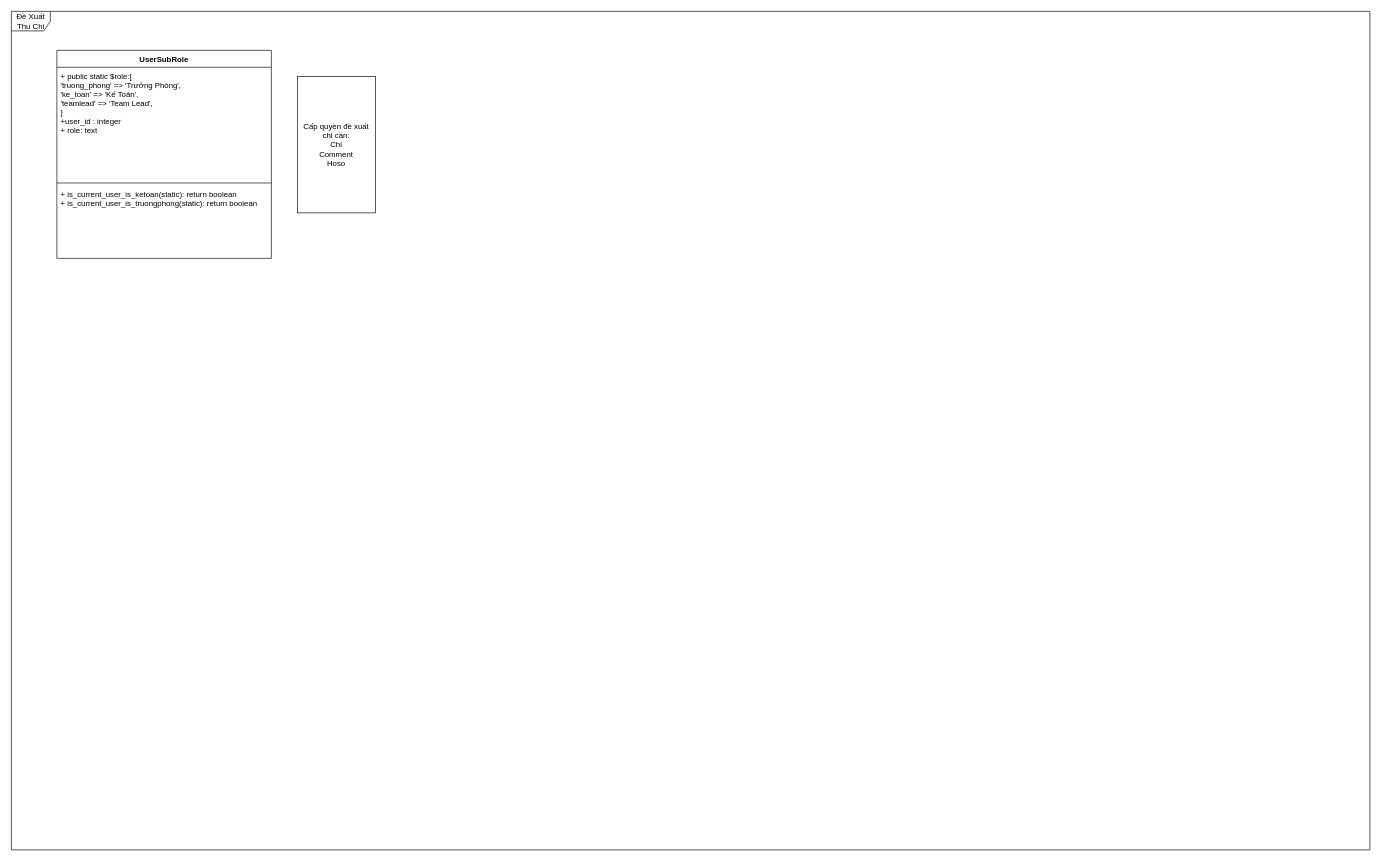
thangmyauris/classdiagram keeps this draw.io diagram as Đề Xuất Thu Chi.drawio. Above is the earlier version. Source tidied: cells renumbered, new cells numbered last; positions are measured from the earlier drawing's top-left corner, leaving out a move shared by most shapes. Both pictures are drawn from the tidied source at 65%, with x=0, y=0 at pixel (11, 11).
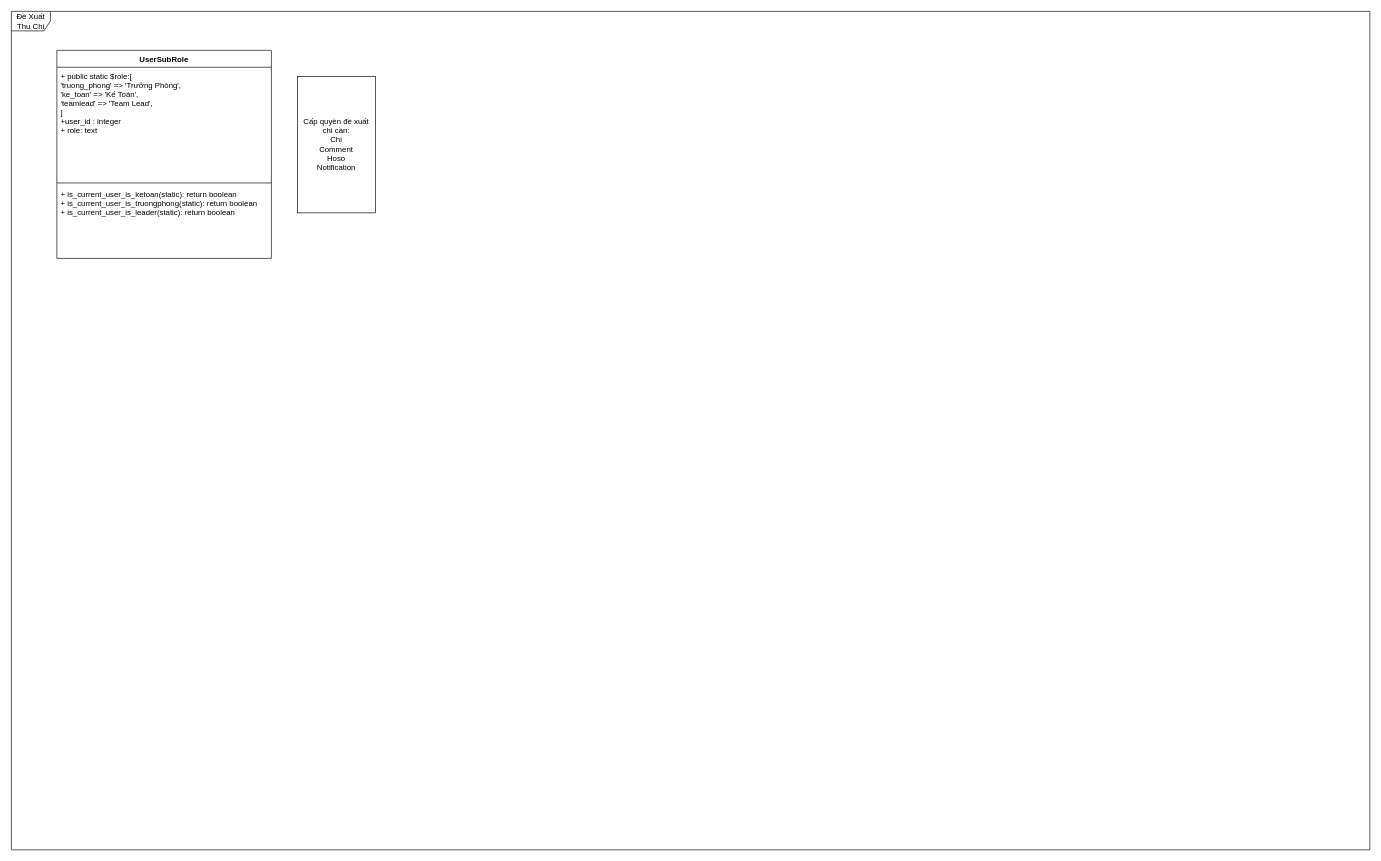
The same diagram, later.

Change to the diagram source:
```diff
@@
 <mxGraphModel>
   <root>
     <mxCell id="0" />
     <mxCell id="1" parent="0" />
     <mxCell id="2" value="Đề Xuất Thu Chi" style="shape=umlFrame;whiteSpace=wrap;html=1;" parent="1" vertex="1">
       <mxGeometry width="2090" height="1290" as="geometry" />
     </mxCell>
     <mxCell id="3" value="UserSubRole" style="swimlane;fontStyle=1;align=center;verticalAlign=top;horizontal=1;startSize=26;" parent="1" vertex="1">
       <mxGeometry x="70" y="60" width="330" height="320" as="geometry" />
     </mxCell>
     <mxCell id="4" value="+ public static $role:[&#10;    'truong_phong' =&gt; 'Trưởng Phòng',&#10;    'ke_toan' =&gt; 'Kế Toán',&#10;    'teamlead' =&gt; 'Team Lead',&#10;] &#10;+user_id : integer&#10;+ role: text" style="text;strokeColor=none;fillColor=none;align=left;verticalAlign=top;spacingLeft=4;spacingRight=4;overflow=hidden;" parent="3" vertex="1">
       <mxGeometry y="26" width="330" height="174" as="geometry" />
     </mxCell>
     <mxCell id="5" style="line;strokeWidth=1;fillColor=none;align=left;verticalAlign=middle;spacingTop=-1;spacingLeft=3;spacingRight=3;labelPosition=right;" parent="3" vertex="1">
       <mxGeometry y="200" width="330" height="8" as="geometry" />
     </mxCell>
-    <mxCell id="6" value="+ is_current_user_is_ketoan(static): return boolean&#10;+ is_current_user_is_truongphong(static): return boolean&#10;&#10;" style="text;strokeColor=none;fillColor=none;align=left;verticalAlign=top;spacingLeft=4;spacingRight=4;overflow=hidden;" parent="3" vertex="1">
+    <mxCell id="6" value="+ is_current_user_is_ketoan(static): return boolean&#10;+ is_current_user_is_truongphong(static): return boolean&#10;+ is_current_user_is_leader(static): return boolean&#10;&#10;" style="text;strokeColor=none;fillColor=none;align=left;verticalAlign=top;spacingLeft=4;spacingRight=4;overflow=hidden;" parent="3" vertex="1">
       <mxGeometry y="208" width="330" height="112" as="geometry" />
     </mxCell>
-    <mxCell id="7" value="Cấp quyền đề xuất chi cần:&lt;br&gt;Chi&lt;br&gt;Comment&lt;br&gt;Hoso" style="rounded=0;whiteSpace=wrap;html=1;" parent="1" vertex="1">
+    <mxCell id="7" value="Cấp quyền đề xuất chi cần:&lt;br&gt;Chi&lt;br&gt;Comment&lt;br&gt;Hoso&lt;br&gt;Notification" style="rounded=0;whiteSpace=wrap;html=1;" parent="1" vertex="1">
       <mxGeometry x="440" y="100" width="120" height="210" as="geometry" />
     </mxCell>
   </root>
 </mxGraphModel>
```
